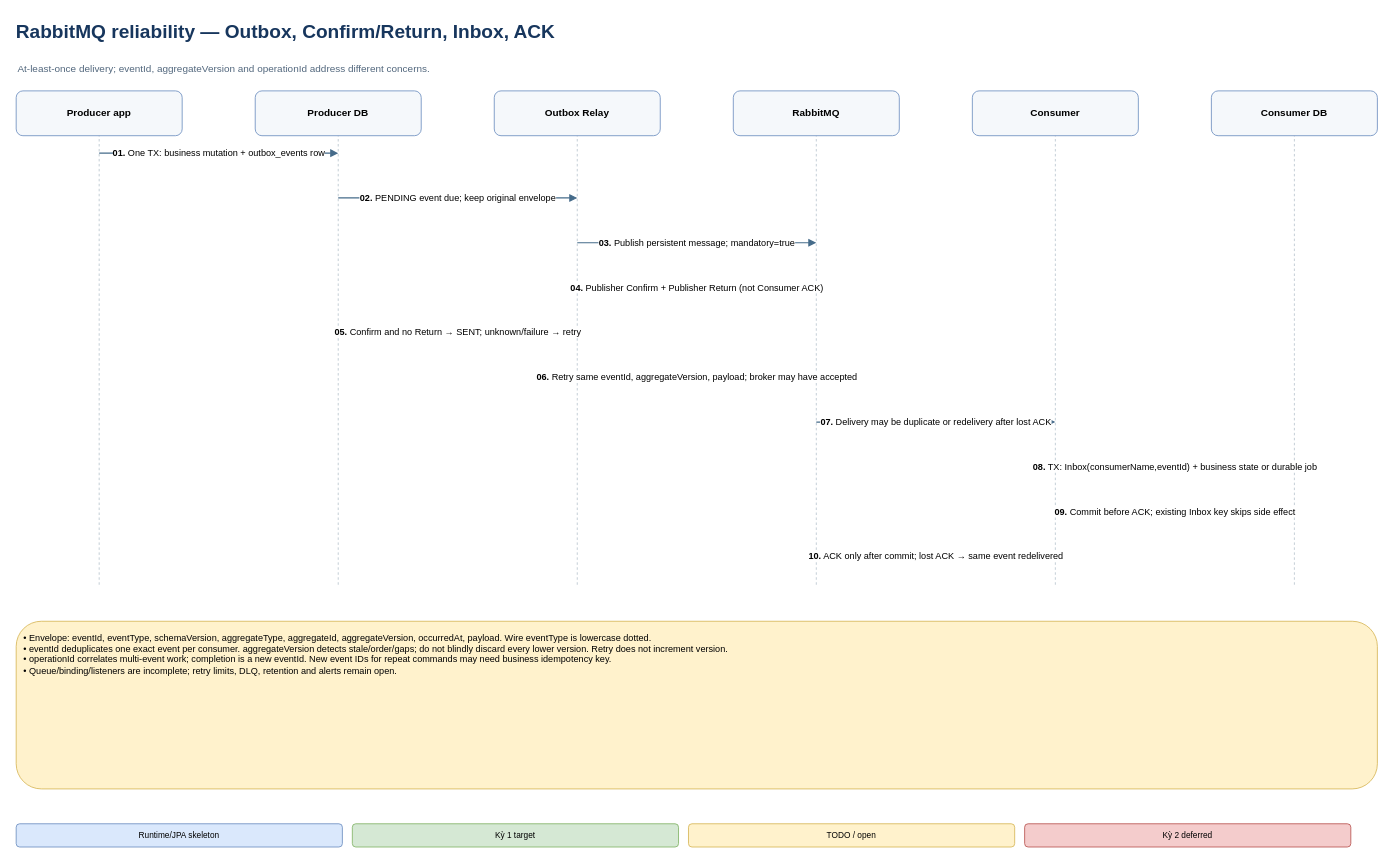
The draw.io diagram page "12 - Outbox Inbox and RabbitMQ" (13 of 17) of docs/project/dev-platform-system-design.drawio in gekok/Dev-Platform, before the edit. Source tidied: cells renumbered, new cells numbered last; positions are measured from the earlier drawing's top-left corner, leaving out a move shared by most shapes. Both pictures are drawn from the tidied source at 83%, with x=0, y=0 at pixel (14, 14).
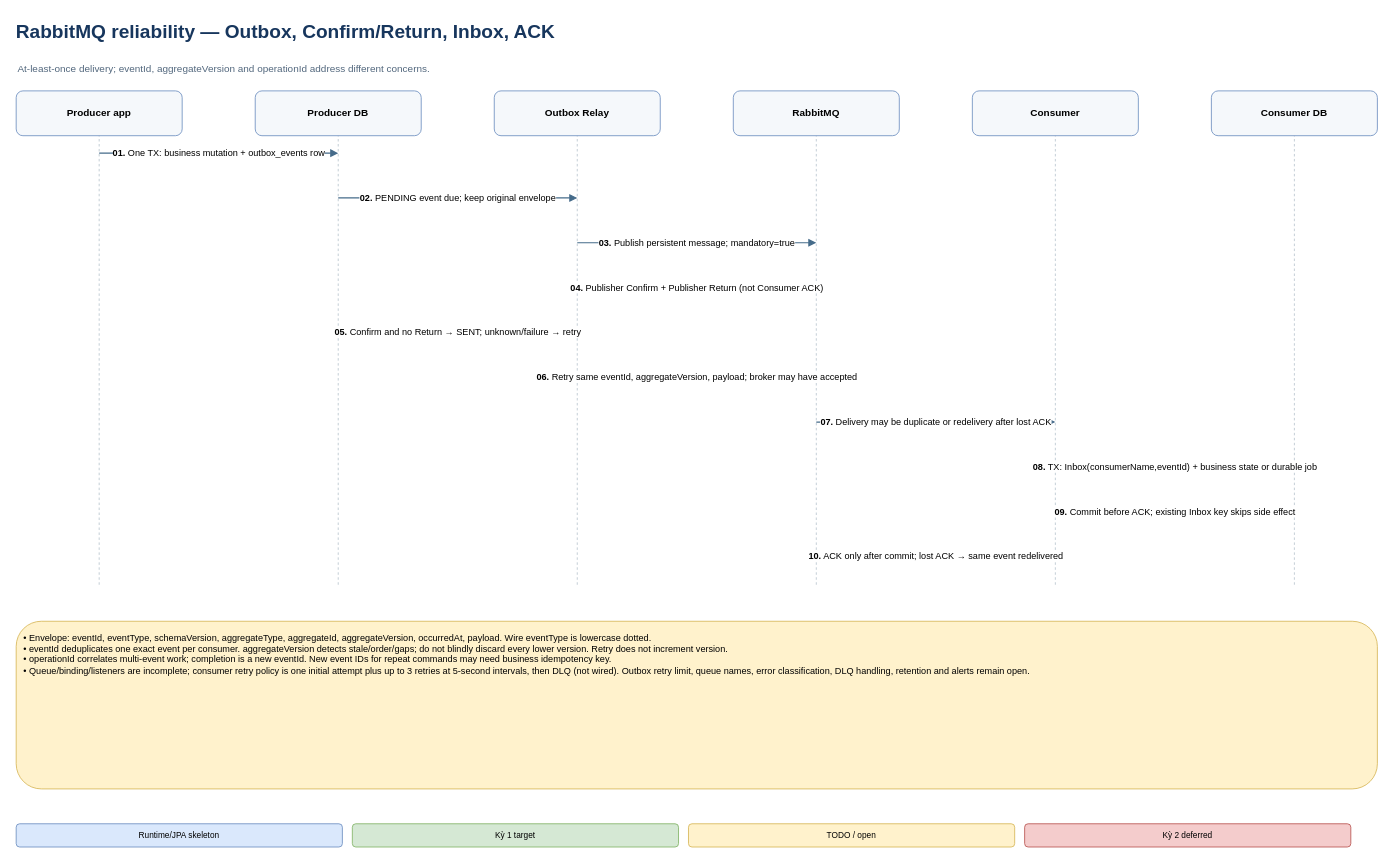
After the change.

Change to the diagram source:
```diff
@@
-    <mxCell id="26" value="• Envelope: eventId, eventType, schemaVersion, aggregateType, aggregateId, aggregateVersion, occurredAt, payload. Wire eventType is lowercase dotted.&lt;br/&gt;• eventId deduplicates one exact event per consumer. aggregateVersion detects stale/order/gaps; do not blindly discard every lower version. Retry does not increment version.&lt;br/&gt;• operationId correlates multi-event work; completion is a new eventId. New event IDs for repeat commands may need business idempotency key.&lt;br/&gt;• Queue/binding/listeners are incomplete; retry limits, DLQ, retention and alerts remain open." style="rounded=1;whiteSpace=wrap;html=1;align=left;verticalAlign=top;spacing=9;fontSize=11;strokeColor=#d6b656;fillColor=#fff2cc;" parent="1" vertex="1">
+    <mxCell id="26" value="• Envelope: eventId, eventType, schemaVersion, aggregateType, aggregateId, aggregateVersion, occurredAt, payload. Wire eventType is lowercase dotted.&lt;br/&gt;• eventId deduplicates one exact event per consumer. aggregateVersion detects stale/order/gaps; do not blindly discard every lower version. Retry does not increment version.&lt;br/&gt;• operationId correlates multi-event work; completion is a new eventId. New event IDs for repeat commands may need business idempotency key.&lt;br/&gt;• Queue/binding/listeners are incomplete; consumer retry policy is one initial attempt plus up to 3 retries at 5-second intervals, then DLQ (not wired). Outbox retry limit, queue names, error classification, DLQ handling, retention and alerts remain open." style="rounded=1;whiteSpace=wrap;html=1;align=left;verticalAlign=top;spacing=9;fontSize=11;strokeColor=#d6b656;fillColor=#fff2cc;" parent="1" vertex="1">
       <mxGeometry x="2" y="731" width="1640" height="202" as="geometry" />
     </mxCell>
```
